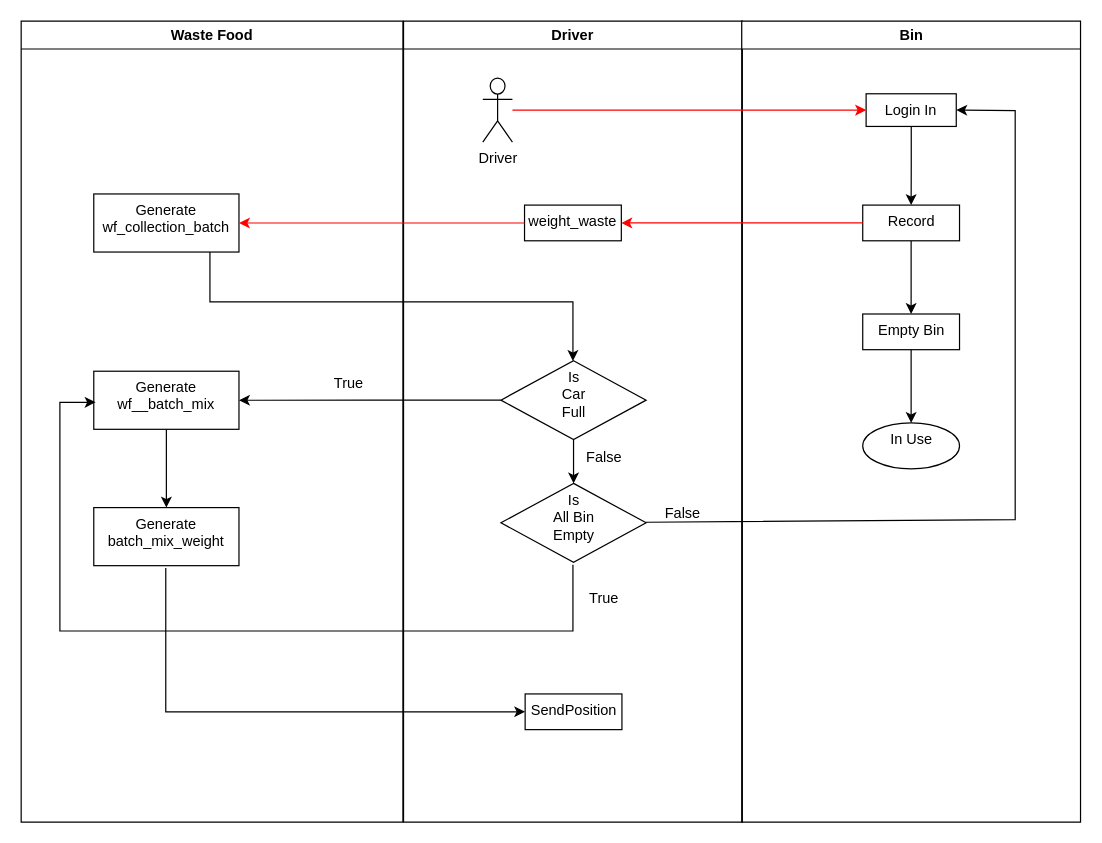
Above: Bin_Driver_WasteFood-Activity.drawio in SL-E/business-innovation-585 (draw.io), before the change. Source tidied: cells renumbered, new cells numbered last; positions are measured from the earlier drawing's top-left corner, leaving out a move shared by most shapes. Both pictures are drawn from the tidied source at 121%, with x=0, y=0 at pixel (21, 21).
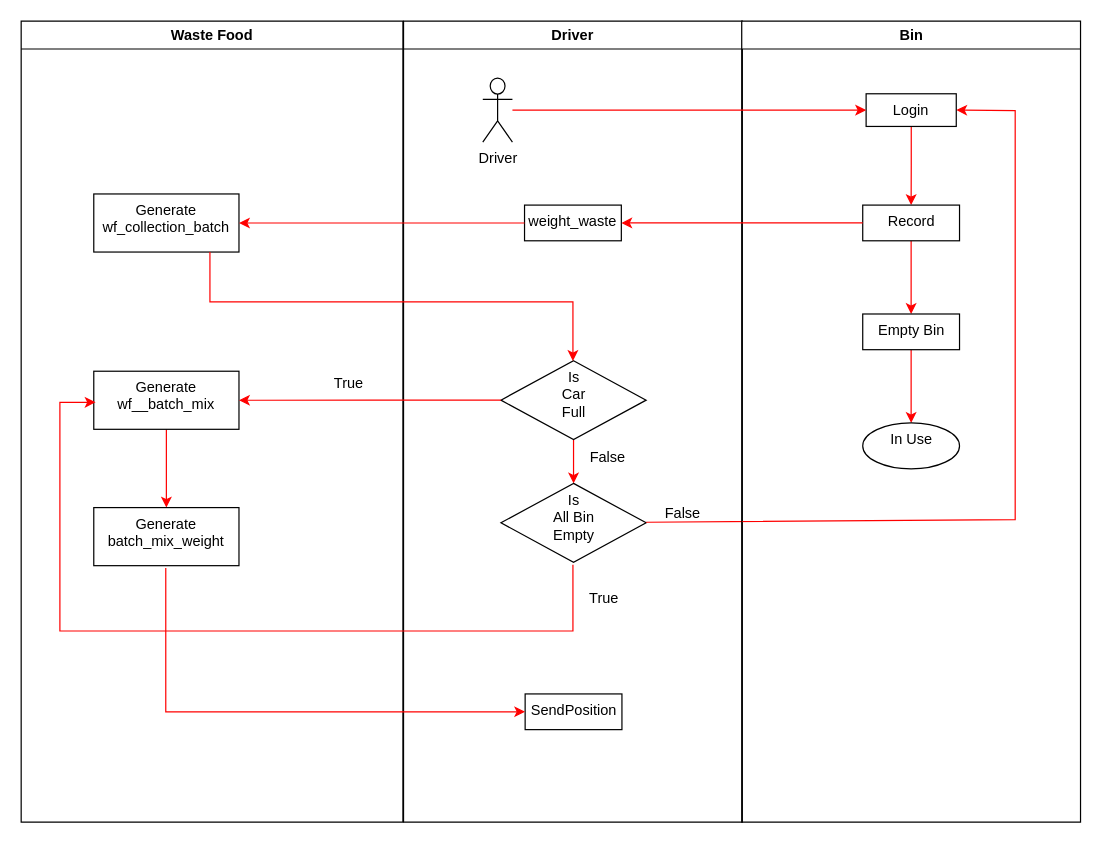
Above is the later version.

The change refers to these unchanged cells:
```xml
<mxCell id="2" value="Driver" style="swimlane;whiteSpace=wrap;" parent="1" vertex="1">
  <mxGeometry x="316" width="280" height="662" as="geometry" />
</mxCell>
<mxCell id="6" value="Is&lt;br&gt;Car&lt;br&gt;Full" style="rhombus;whiteSpace=wrap;html=1;verticalAlign=top;" parent="2" vertex="1">
  <mxGeometry x="80.5" y="280.6" width="120" height="65.2" as="geometry" />
</mxCell>
<mxCell id="7" value="Is&lt;br&gt;All Bin&lt;br&gt;Empty" style="rhombus;whiteSpace=wrap;html=1;verticalAlign=top;" parent="2" vertex="1">
  <mxGeometry x="80.5" y="382" width="120" height="65.2" as="geometry" />
</mxCell>
<mxCell id="9" value="SendPosition" style="whiteSpace=wrap;html=1;verticalAlign=top;" parent="2" vertex="1">
  <mxGeometry x="100.5" y="556" width="80" height="29.5" as="geometry" />
</mxCell>
<mxCell id="13" value="Bin" style="swimlane;whiteSpace=wrap;" parent="1" vertex="1">
  <mxGeometry x="595.5" width="280" height="662" as="geometry" />
</mxCell>
<mxCell id="17" value="Record" style="whiteSpace=wrap;html=1;verticalAlign=top;" parent="13" vertex="1">
  <mxGeometry x="100" y="152" width="80" height="29.5" as="geometry" />
</mxCell>
<mxCell id="19" value="Empty Bin" style="whiteSpace=wrap;html=1;verticalAlign=top;" parent="13" vertex="1">
  <mxGeometry x="100" y="242" width="80" height="29.5" as="geometry" />
</mxCell>
<mxCell id="20" value="In Use" style="ellipse;whiteSpace=wrap;html=1;verticalAlign=top;" parent="13" vertex="1">
  <mxGeometry x="100" y="332" width="80" height="38" as="geometry" />
</mxCell>
<mxCell id="24" value="Waste Food" style="swimlane;whiteSpace=wrap;" parent="1" vertex="1">
  <mxGeometry width="315.5" height="662" as="geometry" />
</mxCell>
<mxCell id="25" value="Generate &lt;br&gt;wf_collection_batch" style="whiteSpace=wrap;html=1;verticalAlign=top;" parent="24" vertex="1">
  <mxGeometry x="60" y="142.8" width="120" height="48" as="geometry" />
</mxCell>
<mxCell id="27" value="Generate&lt;br&gt;wf__batch_mix" style="whiteSpace=wrap;html=1;verticalAlign=top;" parent="24" vertex="1">
  <mxGeometry x="60" y="289.3" width="120" height="48" as="geometry" />
</mxCell>
<mxCell id="28" value="Generate&lt;br&gt;batch_mix_weight" style="whiteSpace=wrap;html=1;verticalAlign=top;" parent="24" vertex="1">
  <mxGeometry x="60" y="402" width="120" height="48" as="geometry" />
</mxCell>
```

The edit, as a diff of the source:
```diff
@@
-    <mxCell id="5" style="edgeStyle=orthogonalEdgeStyle;rounded=0;jettySize=auto;html=1;" parent="2" edge="1" source="6" target="7">
+    <mxCell id="5" style="edgeStyle=orthogonalEdgeStyle;rounded=0;jettySize=auto;html=1;strokeColor=#FF0000;" parent="2" edge="1" source="6" target="7">
       <mxGeometry relative="1" as="geometry" />
     </mxCell>
@@
     <mxCell id="8" value="False" style="text;html=1;strokeColor=none;fillColor=none;align=center;verticalAlign=middle;whiteSpace=wrap;rounded=0;" parent="2" vertex="1">
-      <mxGeometry x="135.5" y="345.9" width="60" height="30" as="geometry" />
+      <mxGeometry x="138.5" y="345.9" width="60" height="30" as="geometry" />
     </mxCell>
@@
-    <mxCell id="11" style="endArrow=classic;html=1;rounded=0;entryX=1;entryY=0.5;entryDx=0;entryDy=0;" parent="2" edge="1" target="15">
+    <mxCell id="11" style="endArrow=classic;html=1;rounded=0;entryX=1;entryY=0.5;entryDx=0;entryDy=0;strokeColor=#FF0000;" parent="2" edge="1" target="15">
       <mxGeometry relative="1" as="geometry">
         <mxPoint x="200.5" y="414.1" as="sourcePoint" />
         <Array as="points">
           <mxPoint x="505.5" y="412" />
           <mxPoint x="505.5" y="74" />
         </Array>
       </mxGeometry>
     </mxCell>
@@
-    <mxCell id="14" style="edgeStyle=orthogonalEdgeStyle;rounded=0;jettySize=auto;html=1;" parent="13" edge="1" source="15" target="17">
+    <mxCell id="14" style="edgeStyle=orthogonalEdgeStyle;rounded=0;jettySize=auto;html=1;strokeColor=#FF0000;" parent="13" edge="1" source="15" target="17">
       <mxGeometry relative="1" as="geometry" />
     </mxCell>
-    <mxCell id="15" value="Login In" style="whiteSpace=wrap;html=1;verticalAlign=top;" parent="13" vertex="1">
+    <mxCell id="15" value="Login" style="whiteSpace=wrap;html=1;verticalAlign=top;" parent="13" vertex="1">
       <mxGeometry x="102.8" y="60" width="74.5" height="27" as="geometry" />
     </mxCell>
-    <mxCell id="16" style="edgeStyle=orthogonalEdgeStyle;rounded=0;jettySize=auto;html=1;" parent="13" edge="1" source="17" target="19">
+    <mxCell id="16" style="edgeStyle=orthogonalEdgeStyle;rounded=0;jettySize=auto;html=1;strokeColor=#FF0000;" parent="13" edge="1" source="17" target="19">
       <mxGeometry relative="1" as="geometry" />
     </mxCell>
@@
-    <mxCell id="18" style="edgeStyle=orthogonalEdgeStyle;rounded=0;jettySize=auto;html=1;" parent="13" edge="1" source="19" target="20">
+    <mxCell id="18" style="edgeStyle=orthogonalEdgeStyle;rounded=0;jettySize=auto;html=1;strokeColor=#FF0000;" parent="13" edge="1" source="19" target="20">
       <mxGeometry relative="1" as="geometry" />
     </mxCell>
@@
-    <mxCell id="26" style="edgeStyle=orthogonalEdgeStyle;rounded=0;jettySize=auto;html=1;" parent="24" edge="1" source="27" target="28">
+    <mxCell id="26" style="edgeStyle=orthogonalEdgeStyle;rounded=0;jettySize=auto;html=1;strokeColor=#FF0000;" parent="24" edge="1" source="27" target="28">
       <mxGeometry relative="1" as="geometry" />
     </mxCell>
@@
-    <mxCell id="30" style="edgeStyle=orthogonalEdgeStyle;rounded=0;jettySize=auto;html=1;entryX=0;entryY=0.5;entryDx=0;entryDy=0;" parent="24" edge="1" target="9">
+    <mxCell id="30" style="edgeStyle=orthogonalEdgeStyle;rounded=0;jettySize=auto;html=1;entryX=0;entryY=0.5;entryDx=0;entryDy=0;strokeColor=#FF0000;" parent="24" edge="1" target="9">
       <mxGeometry relative="1" as="geometry">
         <mxPoint x="119.5" y="452" as="sourcePoint" />
         <Array as="points">
           <mxPoint x="120" y="571" />
         </Array>
       </mxGeometry>
     </mxCell>
-    <mxCell id="31" style="endArrow=classic;html=1;rounded=0;entryX=0;entryY=0.5;entryDx=0;entryDy=0;" parent="24" edge="1">
+    <mxCell id="31" style="endArrow=classic;html=1;rounded=0;entryX=0;entryY=0.5;entryDx=0;entryDy=0;strokeColor=#FF0000;" parent="24" edge="1">
       <mxGeometry relative="1" as="geometry">
         <mxPoint x="456" y="449.2" as="sourcePoint" />
         <mxPoint x="61.5" y="315" as="targetPoint" />
         <Array as="points">
           <mxPoint x="456" y="504" />
           <mxPoint x="32" y="504" />
           <mxPoint x="32" y="394" />
           <mxPoint x="32" y="315" />
         </Array>
       </mxGeometry>
     </mxCell>
@@
-    <mxCell id="33" style="edgeStyle=orthogonalEdgeStyle;rounded=0;jettySize=auto;html=1;" parent="1" edge="1" source="25" target="6">
+    <mxCell id="33" style="edgeStyle=orthogonalEdgeStyle;rounded=0;jettySize=auto;html=1;strokeColor=#FF0000;" parent="1" edge="1" source="25" target="6">
       <mxGeometry relative="1" as="geometry">
         <Array as="points">
           <mxPoint x="156" y="232" />
           <mxPoint x="456" y="232" />
         </Array>
       </mxGeometry>
     </mxCell>
-    <mxCell id="34" style="edgeStyle=orthogonalEdgeStyle;rounded=0;jettySize=auto;html=1;" parent="1" edge="1" source="6" target="27">
+    <mxCell id="34" style="edgeStyle=orthogonalEdgeStyle;rounded=0;jettySize=auto;html=1;strokeColor=#FF0000;" parent="1" edge="1" source="6" target="27">
       <mxGeometry relative="1" as="geometry" />
     </mxCell>
```
